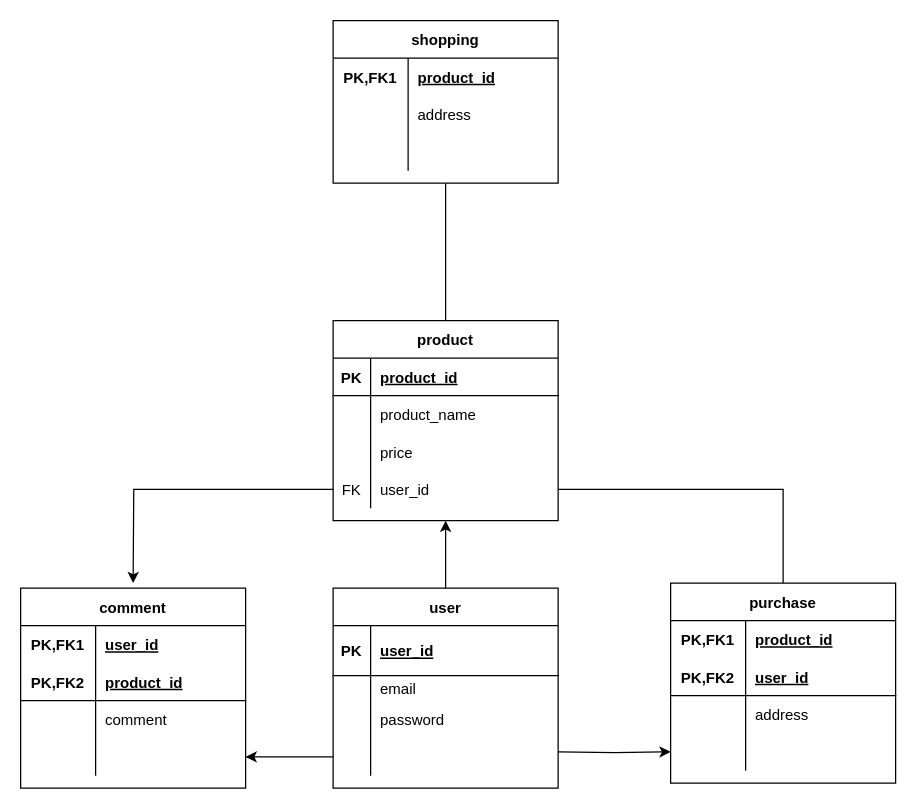
The draw.io diagram frima-29571.dio in Z0048510/frima-29571, before the edit. Source tidied: cells renumbered, new cells numbered last; positions are measured from the earlier drawing's top-left corner, leaving out a move shared by most shapes. Both pictures are drawn from the tidied source at 125%, with x=0, y=0 at pixel (20, 20).
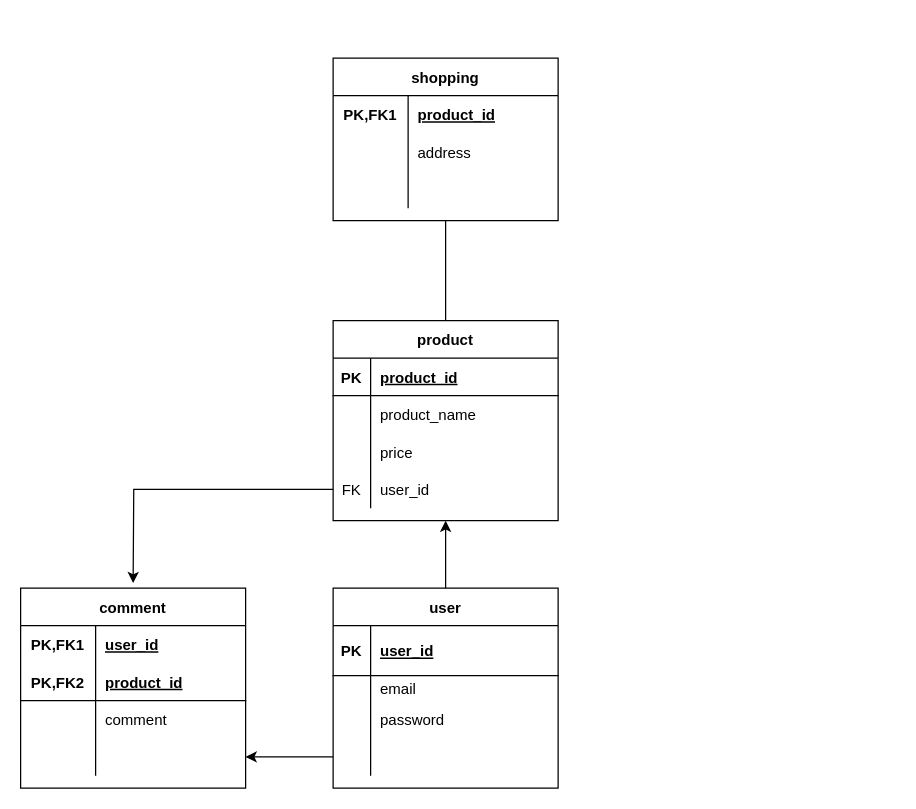
Above is the later version.

Commit message (it also covers changes not shown here):
DB設計(レビュー後修正５)

The change refers to these unchanged cells:
```xml
<mxCell id="27" style="shape=partialRectangle;fillColor=none;top=0;left=0;bottom=0;right=0;points=[[0,0.5],[1,0.5]];portConstraint=eastwest;" parent="17" vertex="1">
  <mxGeometry y="120" width="180" height="30" as="geometry" />
</mxCell>
```

The edit, as a diff of the source:
```diff
@@
-    <mxCell id="43" value="purchase" style="shape=table;startSize=30;childLayout=tableLayout;rowLines=0;fontStyle=1;align=center;" parent="1" vertex="1">
-      <mxGeometry x="520" y="450" width="180" height="160" as="geometry" />
-    </mxCell>
-    <mxCell id="44" style="shape=partialRectangle;fillColor=none;top=0;left=0;bottom=0;right=0;" parent="43" vertex="1">
-      <mxGeometry y="30" width="180" height="30" as="geometry" />
-    </mxCell>
-    <mxCell id="45" value="PK,FK1" style="shape=partialRectangle;fillColor=none;top=0;left=0;bottom=0;right=0;fontStyle=1;overflow=hidden;" parent="44" vertex="1">
-      <mxGeometry width="60" height="30" as="geometry" />
-    </mxCell>
-    <mxCell id="46" value="product_id" style="shape=partialRectangle;fillColor=none;top=0;left=0;bottom=0;right=0;align=left;spacingLeft=6;fontStyle=5;overflow=hidden;" parent="44" vertex="1">
-      <mxGeometry x="60" width="120" height="30" as="geometry" />
-    </mxCell>
-    <mxCell id="47" style="shape=partialRectangle;fillColor=none;top=0;left=0;bottom=1;right=0;" parent="43" vertex="1">
-      <mxGeometry y="60" width="180" height="30" as="geometry" />
-    </mxCell>
-    <mxCell id="48" value="PK,FK2" style="shape=partialRectangle;fillColor=none;top=0;left=0;bottom=0;right=0;fontStyle=1;overflow=hidden;" parent="47" vertex="1">
-      <mxGeometry width="60" height="30" as="geometry" />
-    </mxCell>
-    <mxCell id="49" value="user_id" style="shape=partialRectangle;fillColor=none;top=0;left=0;bottom=0;right=0;align=left;spacingLeft=6;fontStyle=5;overflow=hidden;" parent="47" vertex="1">
-      <mxGeometry x="60" width="120" height="30" as="geometry" />
-    </mxCell>
-    <mxCell id="50" style="shape=partialRectangle;fillColor=none;top=0;left=0;bottom=0;right=0;" parent="43" vertex="1">
-      <mxGeometry y="90" width="180" height="30" as="geometry" />
-    </mxCell>
-    <mxCell id="51" style="shape=partialRectangle;fillColor=none;top=0;left=0;bottom=0;right=0;overflow=hidden;" parent="50" vertex="1">
-      <mxGeometry width="60" height="30" as="geometry" />
-    </mxCell>
-    <mxCell id="52" value="address" style="shape=partialRectangle;fillColor=none;top=0;left=0;bottom=0;right=0;align=left;spacingLeft=6;overflow=hidden;" parent="50" vertex="1">
-      <mxGeometry x="60" width="120" height="30" as="geometry" />
-    </mxCell>
-    <mxCell id="53" style="shape=partialRectangle;fillColor=none;top=0;left=0;bottom=0;right=0;points=[[0,0.5],[1,0.5]];portConstraint=eastwest;" parent="43" vertex="1">
-      <mxGeometry y="120" width="180" height="30" as="geometry" />
-    </mxCell>
-    <mxCell id="54" style="shape=partialRectangle;fillColor=none;top=0;left=0;bottom=0;right=0;overflow=hidden;" parent="53" vertex="1">
-      <mxGeometry width="60" height="30" as="geometry" />
-    </mxCell>
-    <mxCell id="55" style="shape=partialRectangle;fillColor=none;top=0;left=0;bottom=0;right=0;align=left;spacingLeft=6;overflow=hidden;" parent="53" vertex="1">
-      <mxGeometry x="60" width="120" height="30" as="geometry" />
-    </mxCell>
@@
-    <mxCell id="57" style="edgeStyle=orthogonalEdgeStyle;rounded=0;jettySize=auto;html=1;exitX=1;exitY=0.5;exitDx=0;exitDy=0;entryX=0.5;entryY=0;entryDx=0;entryDy=0;endArrow=none;endFill=0;" parent="1" edge="1" source="27" target="43">
-      <mxGeometry relative="1" as="geometry" />
-    </mxCell>
-    <mxCell id="58" style="edgeStyle=orthogonalEdgeStyle;rounded=0;jettySize=auto;html=1;entryX=0;entryY=0.5;entryDx=0;entryDy=0;endArrow=classic;endFill=1;" parent="1" edge="1" target="53">
-      <mxGeometry relative="1" as="geometry">
-        <mxPoint x="430" y="585" as="sourcePoint" />
-      </mxGeometry>
-    </mxCell>
@@
     <mxCell id="60" value="shopping" style="shape=table;startSize=30;childLayout=tableLayout;rowLines=0;fontStyle=1;align=center;" parent="1" vertex="1">
-      <mxGeometry x="250" width="180" height="130" as="geometry" />
+      <mxGeometry x="250" y="30" width="180" height="130" as="geometry" />
     </mxCell>
```
